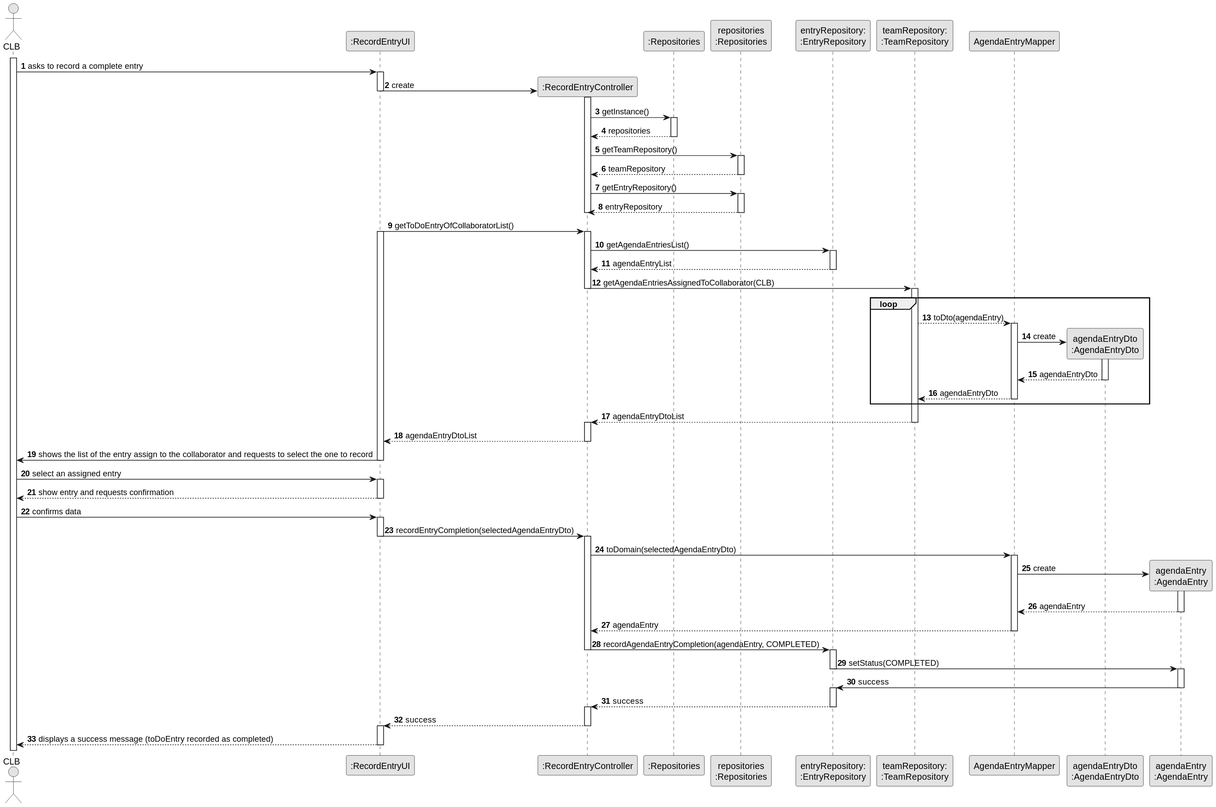
The PlantUML diagram docs/sprintC/us029/03.design/svg/us029-sequence-diagram-full.svg in ricardomm7/leaflink, before a commit.
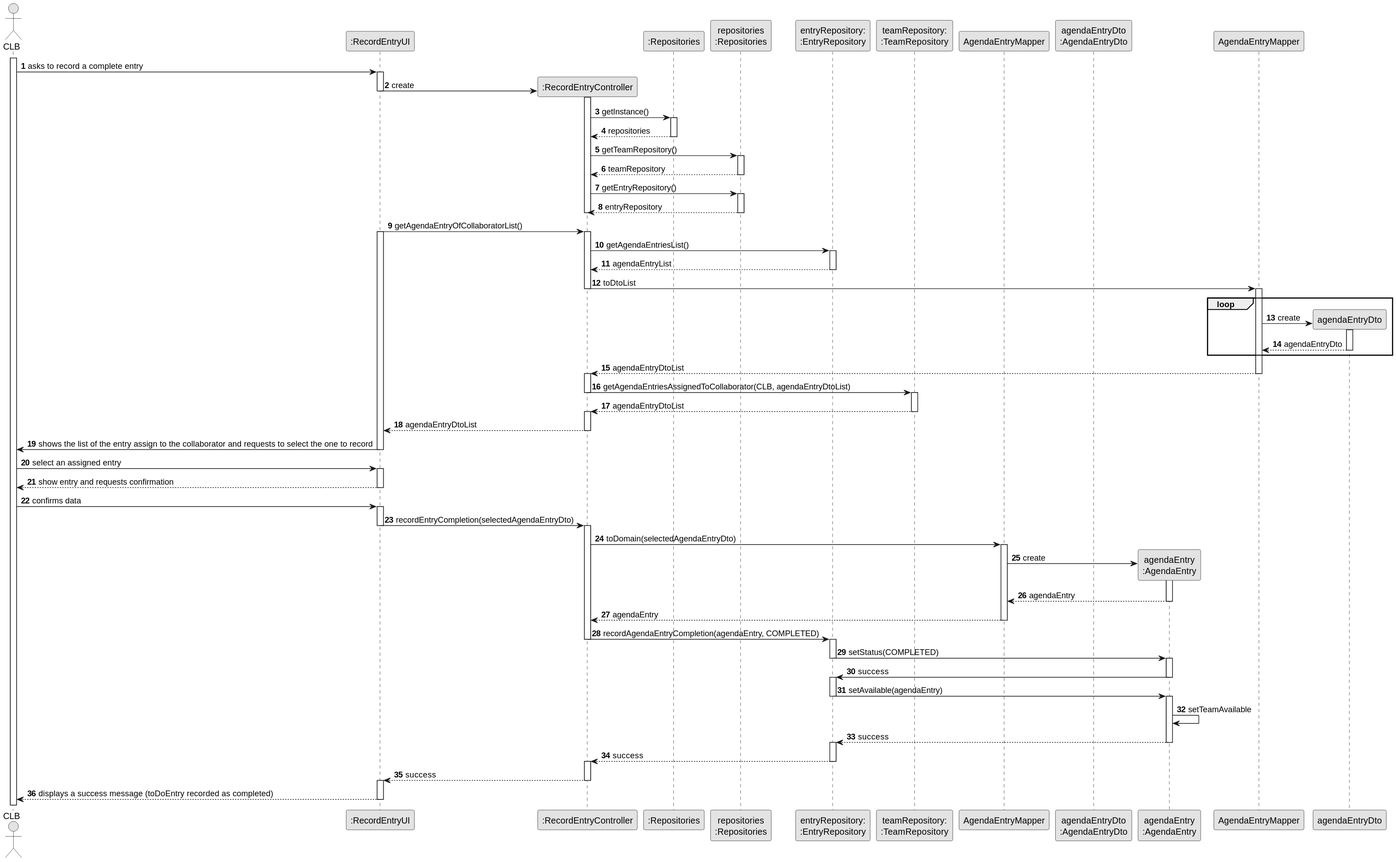
The same diagram one commit later.

The edit, as a diff of the source:
```diff
@@ -47,7 +47,7 @@
 
         deactivate CTRL
 
-        UI -> CTRL: getToDoEntryOfCollaboratorList()
+        UI -> CTRL: getAgendaEntryOfCollaboratorList()
         activate UI
         activate CTRL
 
@@ -57,23 +57,29 @@
             EntryRepo --> CTRL: agendaEntryList
             deactivate EntryRepo
 
-            CTRL -> TeamRepo: getAgendaEntriesAssignedToCollaborator(CLB)
+            CTRL -> AgendaEntryMapper: toDtoList
+            deactivate CTRL
+            activate AgendaEntryMapper
+
+            loop
+
+                AgendaEntryMapper -> agendaEntryDto**: create
+                activate agendaEntryDto
+
+                agendaEntryDto --> AgendaEntryMapper: agendaEntryDto
+                deactivate agendaEntryDto
+
+            end loop
+
+            AgendaEntryMapper --> CTRL: agendaEntryDtoList
+            deactivate AgendaEntryMapper
+            activate CTRL
+
+            CTRL -> TeamRepo: getAgendaEntriesAssignedToCollaborator(CLB, agendaEntryDtoList)
             deactivate CTRL
             activate TeamRepo
 
-            loop
-                TeamRepo --> EntryMapper: toDto(agendaEntry)
-                activate EntryMapper
 
-                    EntryMapper -> EntryDto** : create
-                    activate EntryDto
-
-                    EntryDto --> EntryMapper : agendaEntryDto
-                    deactivate EntryDto
-
-                EntryMapper --> TeamRepo: agendaEntryDto
-                deactivate EntryMapper
-            end
                 TeamRepo --> CTRL: agendaEntryDtoList
             deactivate TeamRepo
         activate CTRL
@@ -121,6 +127,17 @@
                 deactivate AgendaEntry
                 activate EntryRepo
 
+                EntryRepo -> AgendaEntry : setAvailable(agendaEntry)
+                deactivate EntryRepo
+                activate AgendaEntry
+
+                AgendaEntry -> AgendaEntry : setTeamAvailable
+
+                AgendaEntry --> EntryRepo : success
+                deactivate AgendaEntry
+
+                activate EntryRepo
+
             EntryRepo --> CTRL : success
             deactivate EntryRepo
             activate CTRL
```
